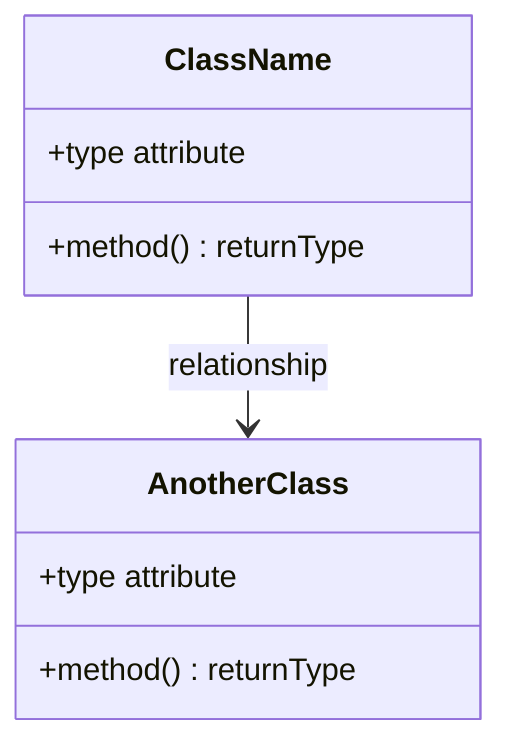
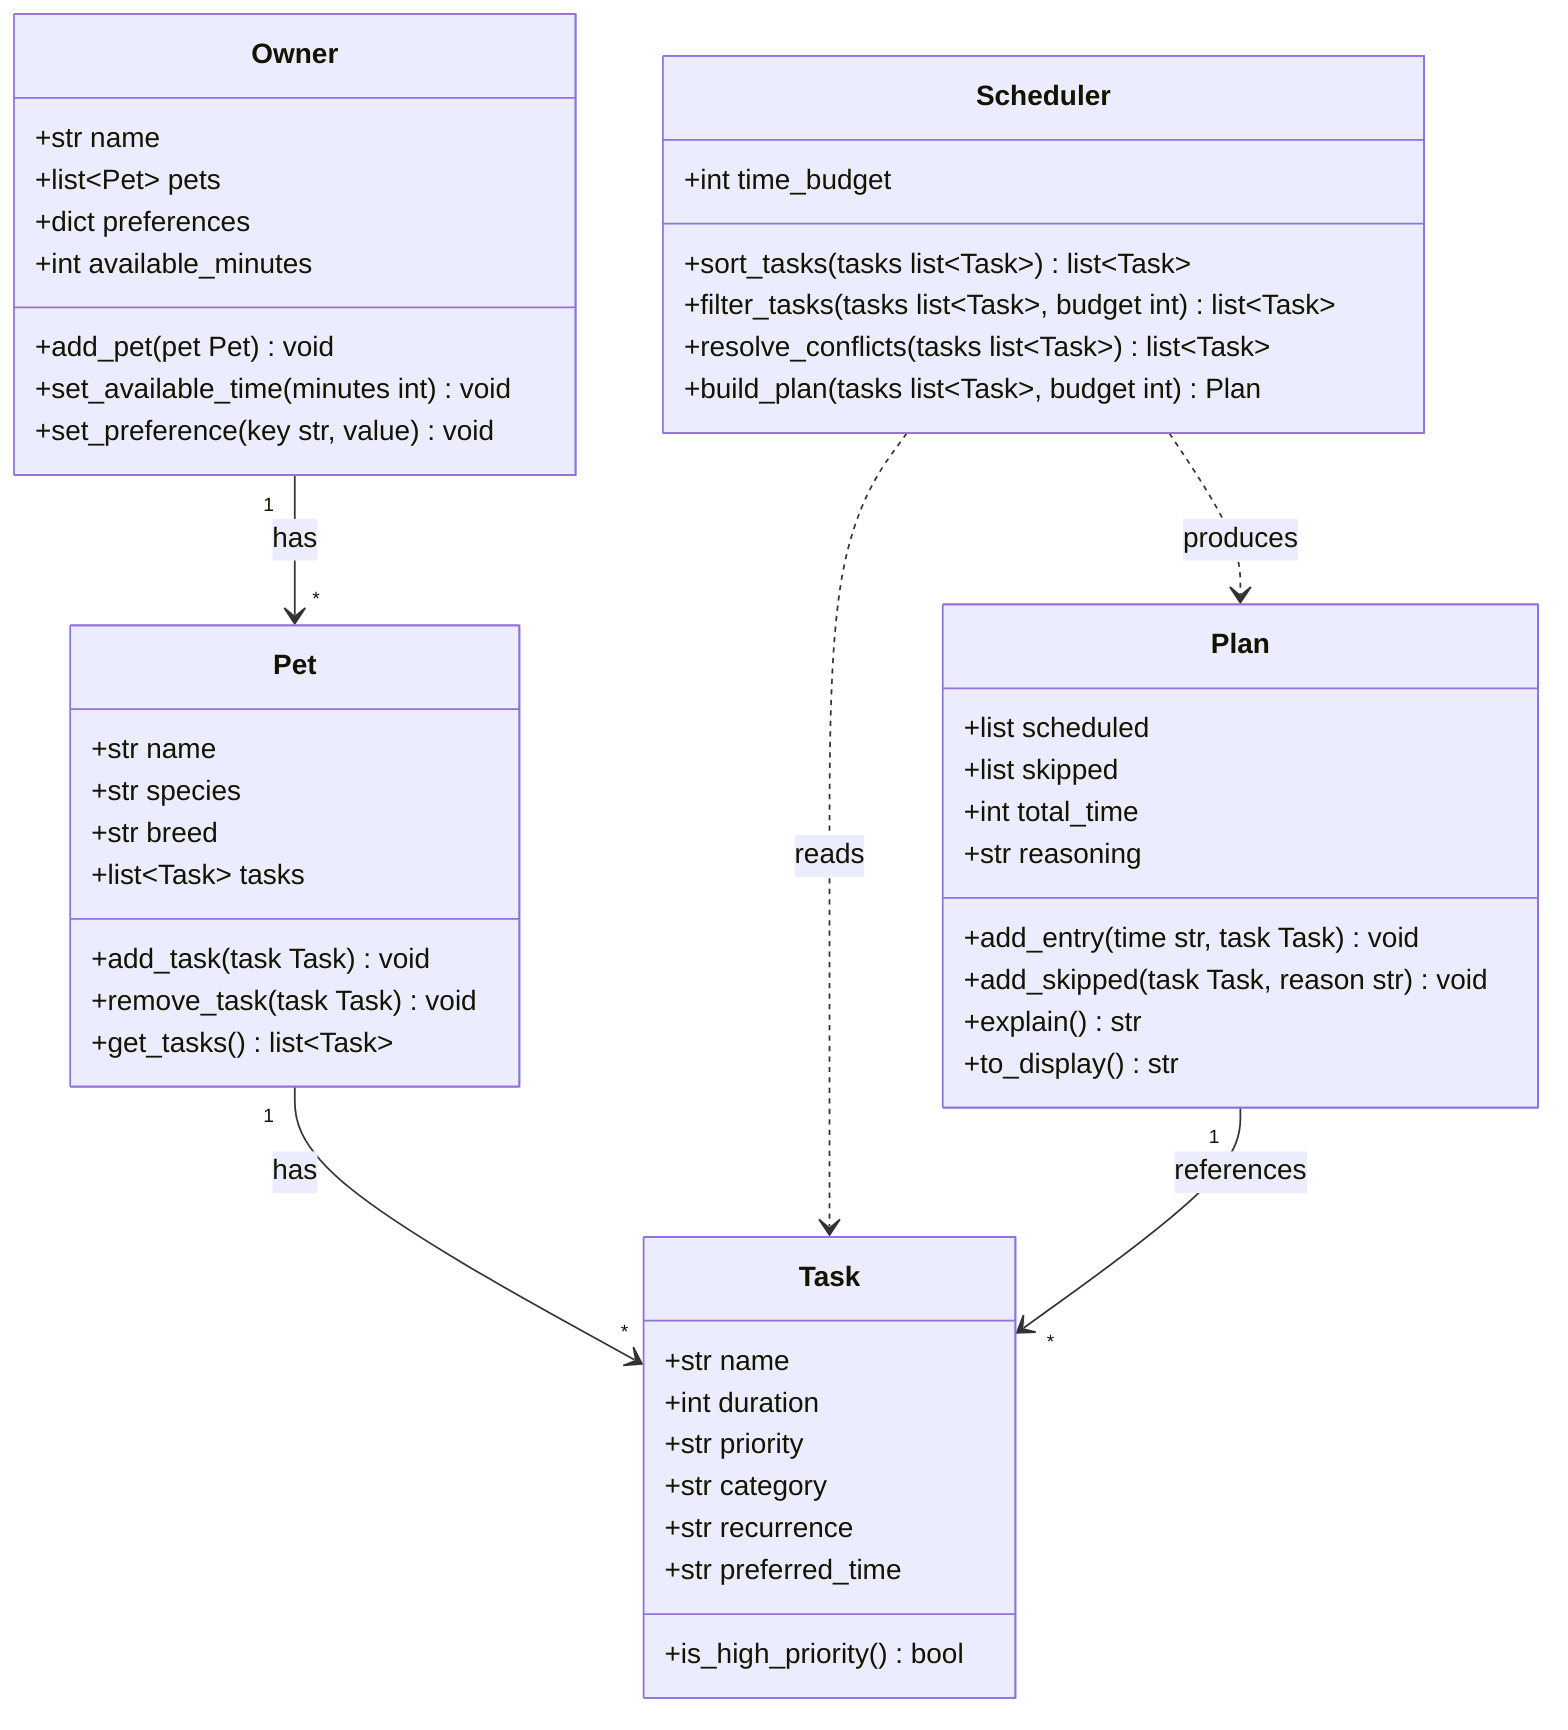
classDiagram
-     %% Replace the placeholders below with your actual classes, attributes, methods, and relationships.
-     %% Keep this file updated so it matches your final implementation.
+     %% PawPal+ working UML draft (Phase 2). Update in Phase 6 to match final code.

-     class ClassName {
-         +type attribute
-         +method() returnType
+     class Owner {
+         +str name
+         +list~Pet~ pets
+         +dict preferences
+         +int available_minutes
+         +add_pet(pet Pet) void
+         +set_available_time(minutes int) void
+         +set_preference(key str, value) void
    }

-     class AnotherClass {
-         +type attribute
-         +method() returnType
+     class Pet {
+         +str name
+         +str species
+         +str breed
+         +list~Task~ tasks
+         +add_task(task Task) void
+         +remove_task(task Task) void
+         +get_tasks() list~Task~
    }

-     ClassName --> AnotherClass : relationship
+     class Task {
+         +str name
+         +int duration
+         +str priority
+         +str category
+         +str recurrence
+         +str preferred_time
+         +is_high_priority() bool
+     }
+ 
+     class Scheduler {
+         +int time_budget
+         +sort_tasks(tasks list~Task~) list~Task~
+         +filter_tasks(tasks list~Task~, budget int) list~Task~
+         +resolve_conflicts(tasks list~Task~) list~Task~
+         +build_plan(tasks list~Task~, budget int) Plan
+     }
+ 
+     class Plan {
+         +list scheduled
+         +list skipped
+         +int total_time
+         +str reasoning
+         +add_entry(time str, task Task) void
+         +add_skipped(task Task, reason str) void
+         +explain() str
+         +to_display() str
+     }
+ 
+     Owner "1" --> "*" Pet : has
+     Pet "1" --> "*" Task : has
+     Scheduler ..> Task : reads
+     Scheduler ..> Plan : produces
+     Plan "1" --> "*" Task : references
